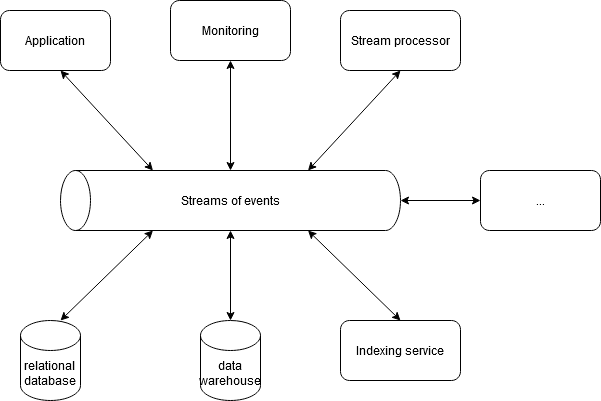
Earlier version of the draw.io export images/eventstreamprocessing.png (duyhieuvo/master-thesis). Source tidied: cells renumbered, new cells last; positions are measured from the earlier drawing's top-left corner, leaving out a move shared by most shapes.
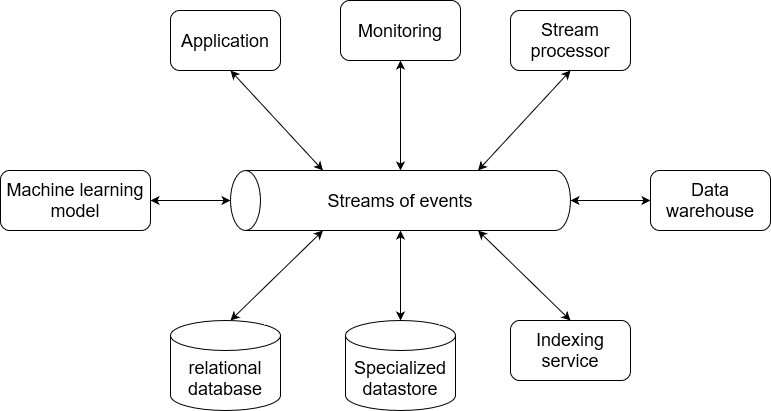
The same diagram one commit later.

The edit, as a diff of the source:
```diff
@@ -5,7 +5,7 @@
     <mxCell id="2" style="shape=cylinder3;whiteSpace=wrap;html=1;boundedLbl=1;backgroundOutline=1;size=15;rotation=-90;" parent="1" vertex="1">
       <mxGeometry x="200" y="30" width="60" height="340" as="geometry" />
     </mxCell>
-    <mxCell id="3" value="Streams of events" style="text;html=1;strokeColor=none;fillColor=none;align=center;verticalAlign=middle;whiteSpace=wrap;rounded=0;" parent="1" vertex="1">
+    <mxCell id="3" value="&lt;font style=&quot;font-size: 18px&quot;&gt;Streams of events&lt;/font&gt;" style="text;html=1;strokeColor=none;fillColor=none;align=center;verticalAlign=middle;whiteSpace=wrap;rounded=0;" parent="1" vertex="1">
       <mxGeometry x="145" y="190" width="170" height="20" as="geometry" />
     </mxCell>
     <mxCell id="4" style="endArrow=classic;startArrow=classic;html=1;exitX=1;exitY=0;exitDx=0;exitDy=92.5;exitPerimeter=0;" parent="1" edge="1" source="2">
@@ -38,22 +38,19 @@
         <mxPoint x="400" y="320" as="sourcePoint" />
       </mxGeometry>
     </mxCell>
-    <mxCell id="10" value="&lt;div&gt;relational&lt;/div&gt;&lt;div&gt;database&lt;br&gt;&lt;/div&gt;" style="shape=cylinder3;whiteSpace=wrap;html=1;boundedLbl=1;backgroundOutline=1;size=15;" parent="1" vertex="1">
-      <mxGeometry x="20" y="320" width="60" height="80" as="geometry" />
+    <mxCell id="10" value="&lt;div style=&quot;font-size: 18px&quot;&gt;&lt;font style=&quot;font-size: 18px&quot;&gt;relational&lt;/font&gt;&lt;/div&gt;&lt;div style=&quot;font-size: 18px&quot;&gt;&lt;font style=&quot;font-size: 18px&quot;&gt;database&lt;br&gt;&lt;/font&gt;&lt;/div&gt;" style="shape=cylinder3;whiteSpace=wrap;html=1;boundedLbl=1;backgroundOutline=1;size=15;" parent="1" vertex="1">
+      <mxGeometry y="320" width="110" height="90" as="geometry" />
     </mxCell>
-    <mxCell id="11" value="&lt;div&gt;data&lt;/div&gt;&lt;div&gt;warehouse&lt;br&gt;&lt;/div&gt;" style="shape=cylinder3;whiteSpace=wrap;html=1;boundedLbl=1;backgroundOutline=1;size=15;" parent="1" vertex="1">
-      <mxGeometry x="200" y="320" width="60" height="80" as="geometry" />
-    </mxCell>
-    <mxCell id="12" value="Application" style="rounded=1;whiteSpace=wrap;html=1;" parent="1" vertex="1">
+    <mxCell id="12" value="&lt;font style=&quot;font-size: 18px&quot;&gt;Application&lt;/font&gt;" style="rounded=1;whiteSpace=wrap;html=1;" parent="1" vertex="1">
       <mxGeometry y="10" width="110" height="60" as="geometry" />
     </mxCell>
-    <mxCell id="13" value="Monitoring" style="rounded=1;whiteSpace=wrap;html=1;" parent="1" vertex="1">
+    <mxCell id="13" value="&lt;font style=&quot;font-size: 18px&quot;&gt;Monitoring&lt;/font&gt;" style="rounded=1;whiteSpace=wrap;html=1;" parent="1" vertex="1">
       <mxGeometry x="170" width="120" height="60" as="geometry" />
     </mxCell>
-    <mxCell id="14" value="Stream processor" style="rounded=1;whiteSpace=wrap;html=1;" parent="1" vertex="1">
+    <mxCell id="14" value="&lt;font style=&quot;font-size: 18px&quot;&gt;Stream processor&lt;/font&gt;" style="rounded=1;whiteSpace=wrap;html=1;" parent="1" vertex="1">
       <mxGeometry x="340" y="10" width="120" height="60" as="geometry" />
     </mxCell>
-    <mxCell id="15" value="Indexing service" style="rounded=1;whiteSpace=wrap;html=1;" parent="1" vertex="1">
+    <mxCell id="15" value="&lt;font style=&quot;font-size: 18px&quot;&gt;Indexing service&lt;/font&gt;" style="rounded=1;whiteSpace=wrap;html=1;" parent="1" vertex="1">
       <mxGeometry x="340" y="320" width="120" height="60" as="geometry" />
     </mxCell>
     <mxCell id="16" style="endArrow=classic;startArrow=classic;html=1;exitX=0.5;exitY=1;exitDx=0;exitDy=0;exitPerimeter=0;" parent="1" edge="1" source="2">
@@ -61,8 +58,19 @@
         <mxPoint x="480" y="200" as="targetPoint" />
       </mxGeometry>
     </mxCell>
-    <mxCell id="17" value="..." style="rounded=1;whiteSpace=wrap;html=1;" parent="1" vertex="1">
-      <mxGeometry x="480" y="170" width="120" height="60" as="geometry" />
-    </mxCell>
+    <mxCell id="18" value="&lt;font style=&quot;font-size: 18px&quot;&gt;Data warehouse&lt;br&gt;&lt;/font&gt;" style="rounded=1;whiteSpace=wrap;html=1;" parent="1" vertex="1">
+      <mxGeometry x="480" y="170" width="120" height="60" as="geometry" />
+    </mxCell>
+    <mxCell id="19" style="endArrow=classic;startArrow=classic;html=1;entryX=0.5;entryY=0;entryDx=0;entryDy=0;entryPerimeter=0;" parent="1" edge="1" target="2">
+      <mxGeometry relative="1" as="geometry">
+        <mxPoint x="-20" y="200" as="sourcePoint" />
+      </mxGeometry>
+    </mxCell>
+    <mxCell id="20" value="&lt;div style=&quot;font-size: 18px&quot;&gt;&lt;font style=&quot;font-size: 18px&quot;&gt;Machine learning&lt;/font&gt;&lt;/div&gt;&lt;div style=&quot;font-size: 18px&quot;&gt;&lt;font style=&quot;font-size: 18px&quot;&gt;model&lt;br&gt;&lt;/font&gt;&lt;/div&gt;" style="rounded=1;whiteSpace=wrap;html=1;" parent="1" vertex="1">
+      <mxGeometry x="-170" y="170" width="150" height="60" as="geometry" />
+    </mxCell>
+    <mxCell id="21" value="&lt;div style=&quot;font-size: 18px&quot;&gt;&lt;font style=&quot;font-size: 18px&quot;&gt;Specialized&lt;/font&gt;&lt;/div&gt;&lt;div style=&quot;font-size: 18px&quot;&gt;&lt;font style=&quot;font-size: 18px&quot;&gt;datastore&lt;br&gt;&lt;/font&gt;&lt;/div&gt;" style="shape=cylinder3;whiteSpace=wrap;html=1;boundedLbl=1;backgroundOutline=1;size=15;" parent="1" vertex="1">
+      <mxGeometry x="175" y="320" width="110" height="90" as="geometry" />
+    </mxCell>
   </root>
 </mxGraphModel>
```
